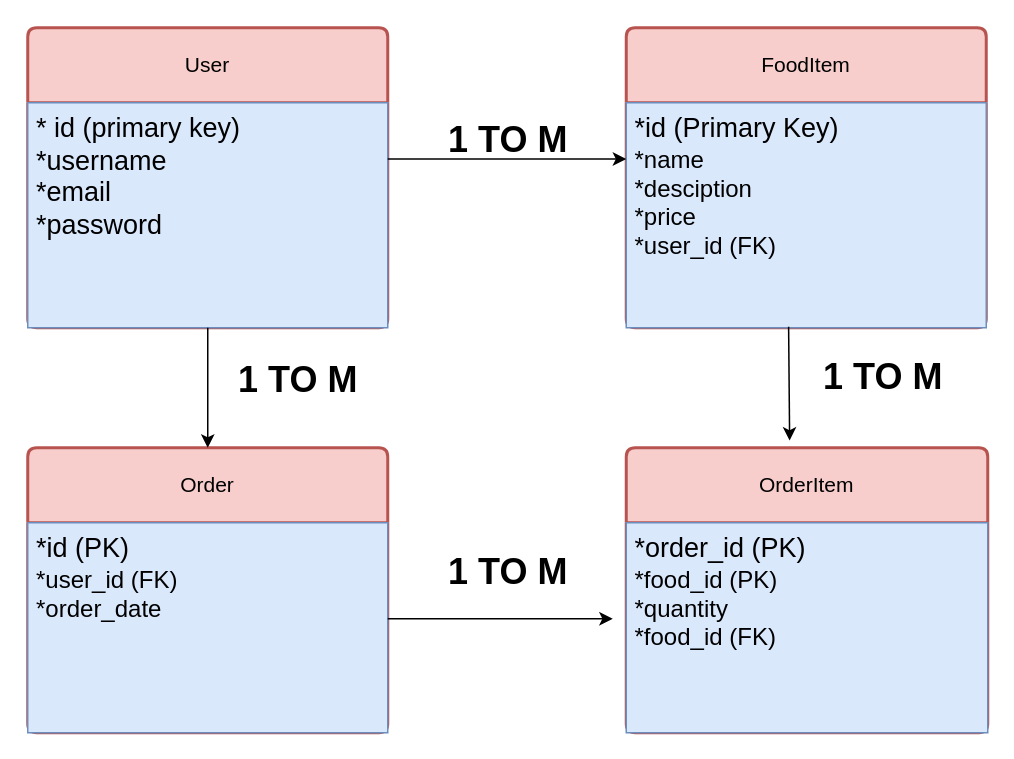
This is MENU SYSTEM.drawio from Mosh9098/Final-project-phase4, a draw.io file, before an edit. Source tidied: cells renumbered, new cells numbered last; positions are measured from the earlier drawing's top-left corner, leaving out a move shared by most shapes. Both pictures are drawn from the tidied source at 150%, with x=0, y=0 at pixel (27, 27).
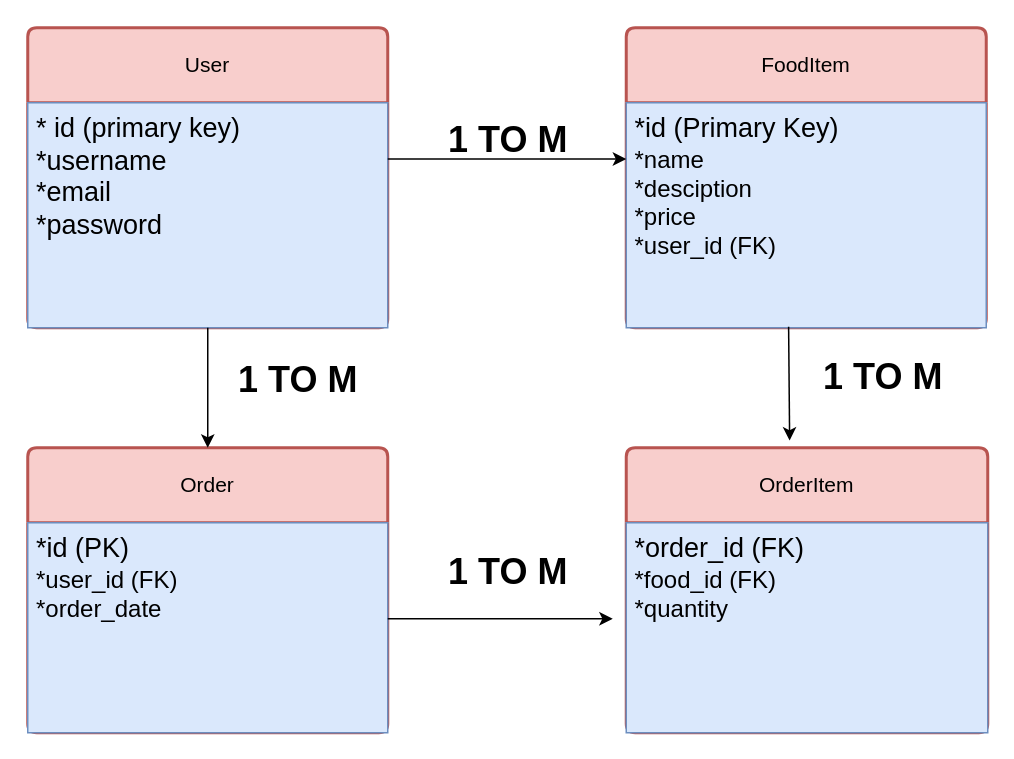
The same page after the edit.

Change to the diagram source:
```diff
@@
 <mxGraphModel>
   <root>
     <mxCell id="0" />
     <mxCell id="1" parent="0" />
     <mxCell id="2" value="User" style="swimlane;horizontal=1;startSize=50;rounded=1;fontSize=14;fontStyle=0;strokeWidth=2;shadow=0;dashed=0;align=center;arcSize=4;whiteSpace=wrap;html=1;fillColor=#f8cecc;strokeColor=#b85450;" parent="1" vertex="1">
       <mxGeometry width="240" height="200" as="geometry" />
     </mxCell>
     <mxCell id="3" value="&lt;font style=&quot;font-size: 18px;&quot;&gt;* id (primary key)&lt;/font&gt;&lt;br&gt;&lt;font style=&quot;font-size: 18px;&quot;&gt;*username&lt;/font&gt;&lt;br&gt;&lt;font style=&quot;font-size: 18px;&quot;&gt;*email&lt;/font&gt;&lt;div&gt;&lt;font style=&quot;font-size: 18px;&quot;&gt;*password&lt;/font&gt;&lt;/div&gt;" style="align=left;strokeColor=#6c8ebf;fillColor=#dae8fc;spacingLeft=4;fontSize=12;verticalAlign=top;html=1;" parent="2" vertex="1">
       <mxGeometry y="50" width="240" height="150" as="geometry" />
     </mxCell>
     <mxCell id="4" value="FoodItem" style="swimlane;horizontal=1;startSize=50;rounded=1;fontSize=14;fontStyle=0;strokeWidth=2;shadow=0;dashed=0;align=center;arcSize=4;whiteSpace=wrap;html=1;fillColor=#f8cecc;strokeColor=#b85450;" parent="1" vertex="1">
       <mxGeometry x="399" width="240" height="200" as="geometry" />
     </mxCell>
     <mxCell id="5" value="&lt;font style=&quot;font-size: 18px;&quot;&gt;*id (Primary Key)&lt;/font&gt;&lt;div&gt;&lt;font size=&quot;3&quot;&gt;*name&lt;/font&gt;&lt;/div&gt;&lt;div&gt;&lt;font size=&quot;3&quot;&gt;*desciption&lt;/font&gt;&lt;/div&gt;&lt;div&gt;&lt;font size=&quot;3&quot;&gt;*price&lt;/font&gt;&lt;/div&gt;&lt;div&gt;&lt;font size=&quot;3&quot;&gt;*user_id (FK)&lt;/font&gt;&lt;br&gt;&lt;br&gt;&lt;/div&gt;" style="align=left;strokeColor=#6c8ebf;fillColor=#dae8fc;spacingLeft=4;fontSize=12;verticalAlign=top;html=1;" parent="4" vertex="1">
       <mxGeometry y="50" width="240" height="150" as="geometry" />
     </mxCell>
     <mxCell id="6" value="Order" style="swimlane;horizontal=1;startSize=50;rounded=1;fontSize=14;fontStyle=0;strokeWidth=2;shadow=0;dashed=0;align=center;arcSize=4;whiteSpace=wrap;html=1;fillColor=#f8cecc;strokeColor=#b85450;" parent="1" vertex="1">
       <mxGeometry y="280" width="240" height="190" as="geometry" />
     </mxCell>
     <mxCell id="7" value="&lt;font style=&quot;font-size: 18px;&quot;&gt;*id (PK)&lt;/font&gt;&lt;div&gt;&lt;font size=&quot;3&quot;&gt;*user_id (FK)&lt;/font&gt;&lt;/div&gt;&lt;div&gt;&lt;font size=&quot;3&quot;&gt;*order_date&lt;/font&gt;&lt;/div&gt;" style="align=left;strokeColor=#6c8ebf;fillColor=#dae8fc;spacingLeft=4;fontSize=12;verticalAlign=top;html=1;" parent="6" vertex="1">
       <mxGeometry y="50" width="240" height="140" as="geometry" />
     </mxCell>
     <mxCell id="8" value="OrderItem" style="swimlane;horizontal=1;startSize=50;rounded=1;fontSize=14;fontStyle=0;strokeWidth=2;shadow=0;dashed=0;align=center;arcSize=4;whiteSpace=wrap;html=1;fillColor=#f8cecc;strokeColor=#b85450;" parent="1" vertex="1">
       <mxGeometry x="399" y="280" width="241" height="190" as="geometry" />
     </mxCell>
-    <mxCell id="9" value="&lt;font style=&quot;font-size: 18px;&quot;&gt;*order_id (PK)&lt;/font&gt;&lt;div&gt;&lt;font size=&quot;3&quot;&gt;*food_id (PK)&amp;nbsp;&lt;/font&gt;&lt;/div&gt;&lt;div&gt;&lt;font size=&quot;3&quot;&gt;*quantity&lt;/font&gt;&lt;/div&gt;&lt;div&gt;&lt;font size=&quot;3&quot;&gt;*food_id (FK)&lt;/font&gt;&lt;/div&gt;" style="align=left;strokeColor=#6c8ebf;fillColor=#dae8fc;spacingLeft=4;fontSize=12;verticalAlign=top;html=1;" parent="8" vertex="1">
+    <mxCell id="9" value="&lt;font style=&quot;font-size: 18px;&quot;&gt;*order_id (FK)&lt;/font&gt;&lt;div&gt;&lt;font size=&quot;3&quot;&gt;*food_id (FK)&amp;nbsp;&lt;/font&gt;&lt;/div&gt;&lt;div&gt;&lt;font size=&quot;3&quot;&gt;*quantity&lt;/font&gt;&lt;/div&gt;" style="align=left;strokeColor=#6c8ebf;fillColor=#dae8fc;spacingLeft=4;fontSize=12;verticalAlign=top;html=1;" parent="8" vertex="1">
       <mxGeometry y="50" width="241" height="140" as="geometry" />
     </mxCell>
     <mxCell id="10" style="endArrow=classic;html=1;rounded=0;exitX=1;exitY=0.25;exitDx=0;exitDy=0;entryX=0;entryY=0.25;entryDx=0;entryDy=0;" parent="1" edge="1" source="3" target="5">
       <mxGeometry relative="1" as="geometry" />
     </mxCell>
     <mxCell id="11" style="endArrow=classic;html=1;rounded=0;entryX=0.452;entryY=-0.025;entryDx=0;entryDy=0;entryPerimeter=0;exitX=0.451;exitY=0.996;exitDx=0;exitDy=0;exitPerimeter=0;" parent="1" edge="1" source="5" target="8">
       <mxGeometry relative="1" as="geometry" />
     </mxCell>
     <mxCell id="12" value="&lt;h1&gt;1 TO M&lt;/h1&gt;" style="text;html=1;align=center;verticalAlign=middle;strokeColor=none;fillColor=none;" parent="1" vertex="1">
       <mxGeometry x="270" y="40" width="100" height="70" as="geometry" />
     </mxCell>
     <mxCell id="13" style="endArrow=classic;html=1;rounded=0;exitX=0.5;exitY=1;exitDx=0;exitDy=0;entryX=0.5;entryY=0;entryDx=0;entryDy=0;" parent="1" edge="1" source="2" target="6">
       <mxGeometry relative="1" as="geometry" />
     </mxCell>
     <mxCell id="14" value="&lt;h1&gt;1 TO M&lt;/h1&gt;" style="text;html=1;align=center;verticalAlign=middle;strokeColor=none;fillColor=none;" parent="1" vertex="1">
       <mxGeometry x="130" y="200" width="100" height="70" as="geometry" />
     </mxCell>
     <mxCell id="15" style="endArrow=classic;html=1;rounded=0;exitX=1;exitY=0.457;exitDx=0;exitDy=0;exitPerimeter=0;" parent="1" edge="1" source="7">
       <mxGeometry relative="1" as="geometry">
         <mxPoint x="390" y="394" as="targetPoint" />
       </mxGeometry>
     </mxCell>
     <mxCell id="16" value="&lt;h1&gt;1 TO M&lt;/h1&gt;" style="text;html=1;align=center;verticalAlign=middle;strokeColor=none;fillColor=none;" parent="1" vertex="1">
       <mxGeometry x="270" y="328" width="100" height="70" as="geometry" />
     </mxCell>
     <mxCell id="17" value="&lt;h1&gt;1 TO M&lt;/h1&gt;" style="text;html=1;align=center;verticalAlign=middle;strokeColor=none;fillColor=none;" parent="1" vertex="1">
       <mxGeometry x="520" y="198" width="100" height="70" as="geometry" />
     </mxCell>
   </root>
 </mxGraphModel>
```
